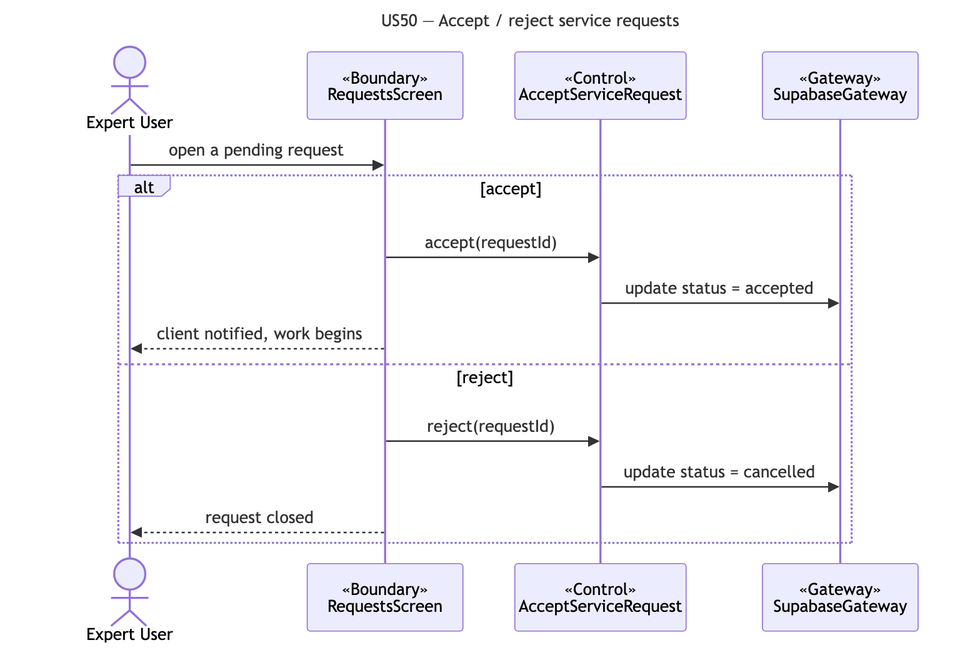
Before: docs/deliverables/sequence-diagrams/US50-accept-reject.png, a diagram exported from Mermaid (cyuanjun/FYP-26-S2-37-app). Its source is kept beside it as docs/deliverables/sequence-diagrams/src/US50-accept-reject.mmd. The source it was exported from:
```mermaid
---
title: "US50 — Accept / reject service requests"
---
sequenceDiagram
  actor A as Expert User
  participant B as «Boundary»<br/>RequestsScreen
  participant C as «Control»<br/>AcceptServiceRequest
  participant G as «Gateway»<br/>SupabaseGateway
  A->>B: open a pending request
  alt accept
    B->>C: accept(requestId)
    C->>G: update status = accepted
    B-->>A: client notified, work begins
  else reject
    B->>C: reject(requestId)
    C->>G: update status = cancelled
    B-->>A: request closed
  end
```
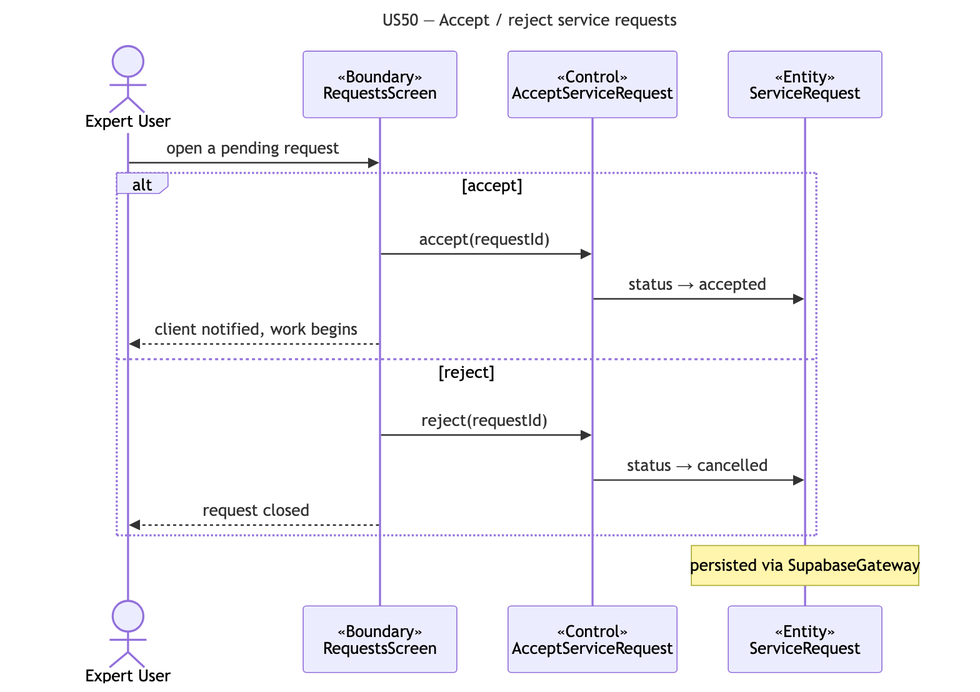
The same diagram one commit later.

Change to the diagram source:
```diff
@@ -5,14 +5,15 @@
   actor A as Expert User
   participant B as «Boundary»<br/>RequestsScreen
   participant C as «Control»<br/>AcceptServiceRequest
-  participant G as «Gateway»<br/>SupabaseGateway
+  participant E as «Entity»<br/>ServiceRequest
   A->>B: open a pending request
   alt accept
     B->>C: accept(requestId)
-    C->>G: update status = accepted
+    C->>E: status → accepted
     B-->>A: client notified, work begins
   else reject
     B->>C: reject(requestId)
-    C->>G: update status = cancelled
+    C->>E: status → cancelled
     B-->>A: request closed
   end
+  note over E: persisted via SupabaseGateway
```
